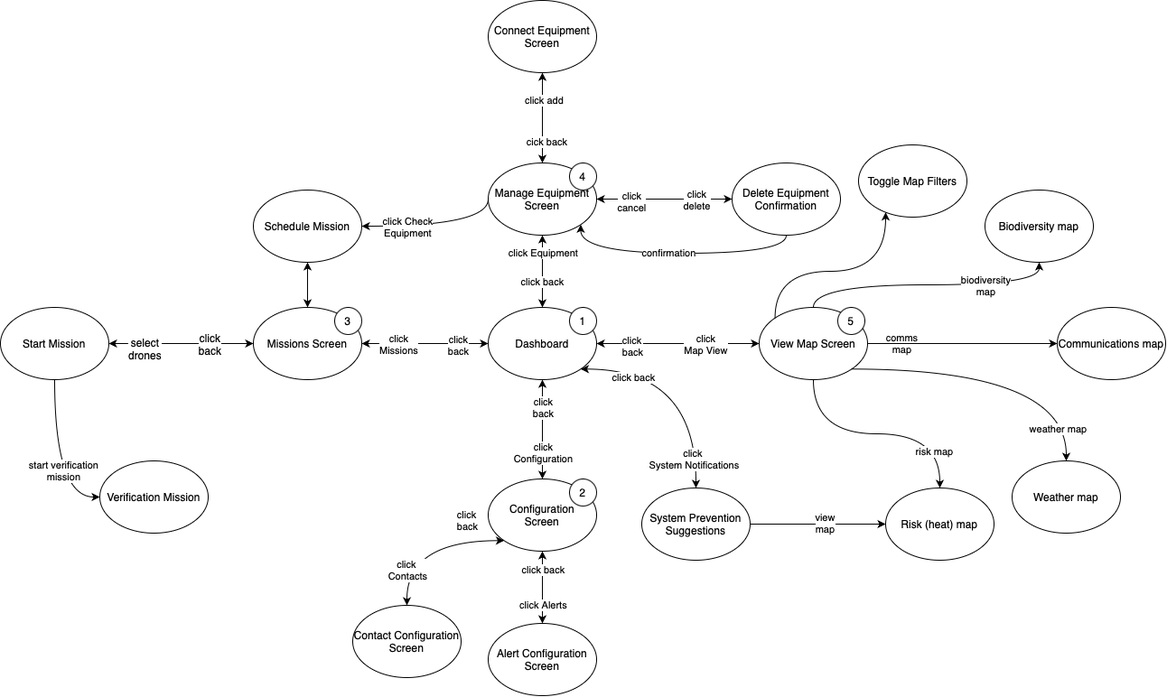
Above: StateDiagrams/Prevention.drawio.png in Fire-Prevention/fire-prevention (draw.io), before the change. Source tidied: cells renumbered, new cells last; positions are measured from the earlier drawing's top-left corner, leaving out a move shared by most shapes.
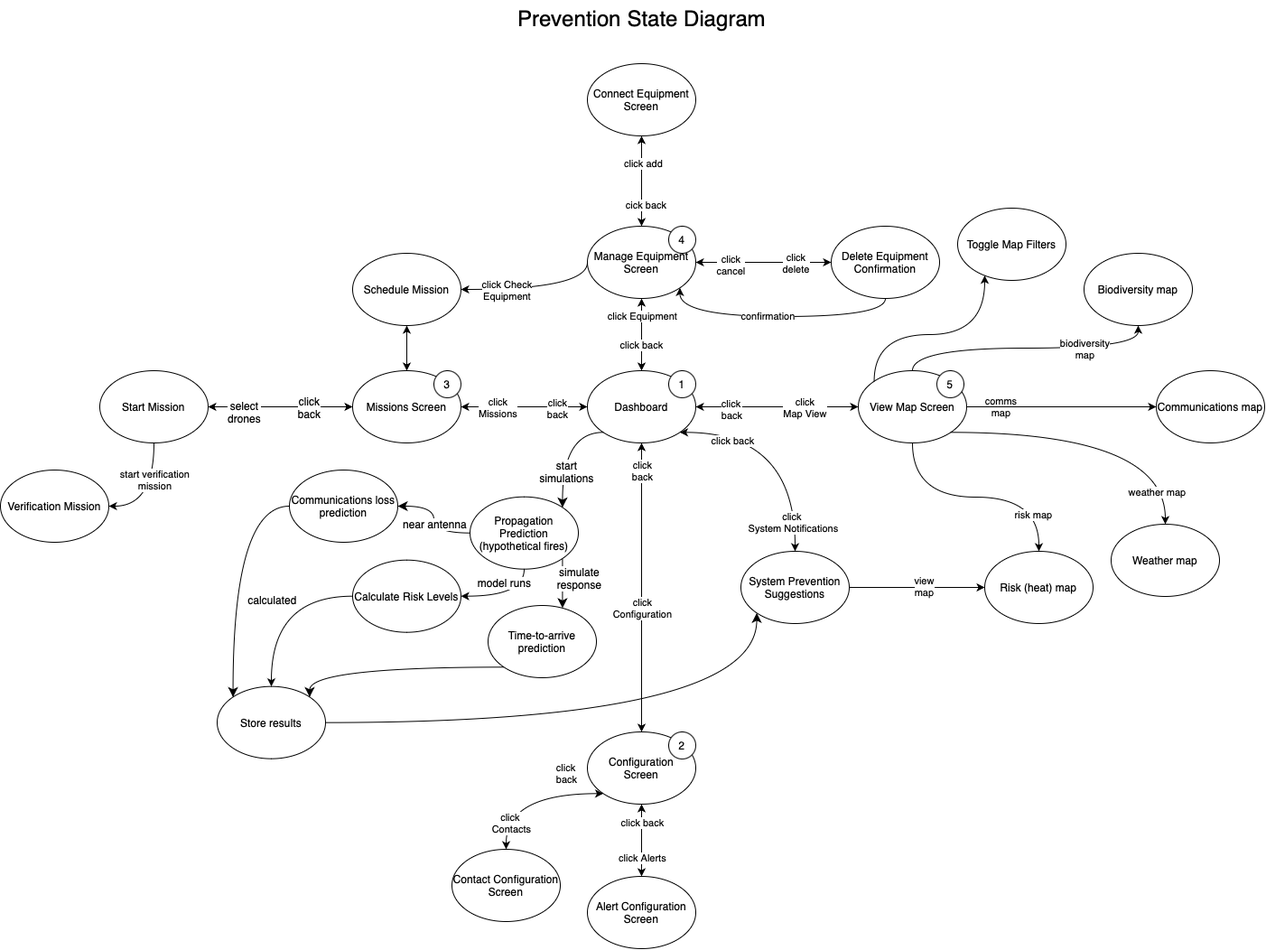
After the change.

The edit, as a diff of the source:
```diff
@@ -23,7 +23,7 @@
       <mxGeometry x="600" y="450" as="geometry" />
     </mxCell>
     <mxCell id="8" style="group;" parent="1" vertex="1">
-      <mxGeometry x="540" y="530" width="120" height="80" as="geometry" />
+      <mxGeometry x="540" y="740" width="120" height="80" as="geometry" />
     </mxCell>
     <mxCell id="9" value="Configuration&lt;br&gt;Screen" style="ellipse;whiteSpace=wrap;html=1;" parent="8" vertex="1">
       <mxGeometry width="120" height="80" as="geometry" />
@@ -31,7 +31,7 @@
     <mxCell id="10" value="2" style="ellipse;whiteSpace=wrap;html=1;" parent="8" vertex="1">
       <mxGeometry x="90" width="30" height="30" as="geometry" />
     </mxCell>
-    <mxCell id="11" style="edgeStyle=orthogonalEdgeStyle;curved=1;rounded=0;jettySize=auto;html=1;exitX=0;exitY=1;exitDx=0;exitDy=0;startArrow=classic;startFill=1;" parent="1" edge="1" source="9" target="13">
+    <mxCell id="11" style="edgeStyle=orthogonalEdgeStyle;curved=1;rounded=0;jettySize=auto;html=1;exitX=0;exitY=1;exitDx=0;exitDy=0;startArrow=classic;startFill=1;" parent="1" edge="1" source="9" target="14">
       <mxGeometry relative="1" as="geometry" />
     </mxCell>
     <mxCell id="12" value="click &lt;br&gt;Contacts" style="edgeLabel;html=1;align=center;verticalAlign=middle;" parent="11" vertex="1">
@@ -40,13 +40,13 @@
       </mxGeometry>
     </mxCell>
     <mxCell id="13" style="group;" parent="1" vertex="1">
-      <mxGeometry x="390" y="670" width="120" height="80" as="geometry" />
+      <mxGeometry x="390" y="870" width="120" height="80" as="geometry" />
     </mxCell>
     <mxCell id="14" value="Contact Configuration Screen" style="ellipse;whiteSpace=wrap;html=1;" parent="13" vertex="1">
       <mxGeometry width="120" height="80" as="geometry" />
     </mxCell>
     <mxCell id="15" value="click &lt;br&gt;back" style="edgeLabel;html=1;align=center;verticalAlign=middle;" parent="1" vertex="1">
-      <mxGeometry x="510" y="580" as="geometry">
+      <mxGeometry x="510" y="790" as="geometry">
         <mxPoint x="6" y="-5" as="offset" />
       </mxGeometry>
     </mxCell>
@@ -59,10 +59,10 @@
       </mxGeometry>
     </mxCell>
     <mxCell id="18" value="Alert Configuration Screen" style="ellipse;whiteSpace=wrap;html=1;" parent="1" vertex="1">
-      <mxGeometry x="540" y="690" width="120" height="80" as="geometry" />
+      <mxGeometry x="540" y="900" width="120" height="80" as="geometry" />
     </mxCell>
     <mxCell id="19" value="click back" style="edgeLabel;html=1;align=center;verticalAlign=middle;" parent="1" vertex="1">
-      <mxGeometry x="600" y="630" as="geometry" />
+      <mxGeometry x="600" y="840" as="geometry" />
     </mxCell>
     <mxCell id="20" style="edgeStyle=orthogonalEdgeStyle;curved=1;rounded=0;jettySize=auto;html=1;exitX=0;exitY=0.5;exitDx=0;exitDy=0;startArrow=classic;startFill=1;" parent="1" edge="1" source="3" target="23">
       <mxGeometry relative="1" as="geometry" />
@@ -291,19 +291,93 @@
       </mxGeometry>
     </mxCell>
     <mxCell id="79" value="Verification Mission" style="ellipse;whiteSpace=wrap;html=1;" parent="1" vertex="1">
-      <mxGeometry x="110" y="510" width="120" height="80" as="geometry" />
+      <mxGeometry x="-110" y="450" width="120" height="80" as="geometry" />
     </mxCell>
-    <mxCell id="80" style="edgeStyle=orthogonalEdgeStyle;curved=1;rounded=0;jettySize=auto;html=1;exitX=0.5;exitY=1;exitDx=0;exitDy=0;startArrow=none;startFill=0;" parent="1" edge="1" source="33" target="79">
+    <mxCell id="80" style="edgeStyle=orthogonalEdgeStyle;curved=1;rounded=0;jettySize=auto;html=1;exitX=0.5;exitY=1;exitDx=0;exitDy=0;startArrow=none;startFill=0;entryX=1;entryY=0.5;entryDx=0;entryDy=0;" parent="1" edge="1" source="33" target="79">
       <mxGeometry relative="1" as="geometry">
         <Array as="points">
-          <mxPoint x="60" y="550" />
+          <mxPoint x="60" y="490" />
         </Array>
       </mxGeometry>
     </mxCell>
     <mxCell id="81" value="start verification&lt;br&gt;mission" style="edgeLabel;html=1;align=center;verticalAlign=middle;" parent="80" vertex="1">
       <mxGeometry x="0.65" y="17" relative="1" as="geometry">
-        <mxPoint x="-9" y="-13" as="offset" />
+        <mxPoint x="29" y="-47" as="offset" />
       </mxGeometry>
     </mxCell>
+    <mxCell id="82" value="&lt;font style=&quot;font-size: 24px;&quot;&gt;Prevention State Diagram&lt;/font&gt;" style="text;html=1;align=center;verticalAlign=middle;strokeColor=none;fillColor=none;fontSize=16;" parent="1" vertex="1">
+      <mxGeometry x="450" y="-70" width="300" height="40" as="geometry" />
+    </mxCell>
+    <mxCell id="83" style="edgeStyle=orthogonalEdgeStyle;curved=1;rounded=0;jettySize=auto;html=1;exitX=0.5;exitY=1;exitDx=0;exitDy=0;fontSize=12;startArrow=none;startFill=0;" parent="1" edge="1" source="89" target="92">
+      <mxGeometry relative="1" as="geometry" />
+    </mxCell>
+    <mxCell id="84" value="model runs" style="edgeLabel;html=1;align=center;verticalAlign=middle;fontSize=12;" parent="83" vertex="1">
+      <mxGeometry x="0.28" y="-4" relative="1" as="geometry">
+        <mxPoint x="11" y="-11" as="offset" />
+      </mxGeometry>
+    </mxCell>
+    <mxCell id="85" style="edgeStyle=orthogonalEdgeStyle;curved=1;rounded=0;jettySize=auto;html=1;exitX=0;exitY=0.5;exitDx=0;exitDy=0;fontSize=12;startSize=8;endSize=8;entryX=1;entryY=0.5;entryDx=0;entryDy=0;" parent="1" edge="1" source="89" target="98">
+      <mxGeometry relative="1" as="geometry" />
+    </mxCell>
+    <mxCell id="86" value="near antenna" style="edgeLabel;html=1;align=center;verticalAlign=middle;fontSize=12;" parent="85" vertex="1">
+      <mxGeometry x="0.09" y="1" relative="1" as="geometry">
+        <mxPoint x="1" y="10" as="offset" />
+      </mxGeometry>
+    </mxCell>
+    <mxCell id="87" style="edgeStyle=orthogonalEdgeStyle;curved=1;rounded=0;jettySize=auto;html=1;exitX=1;exitY=1;exitDx=0;exitDy=0;fontSize=12;startSize=8;endSize=8;" parent="1" edge="1" source="89" target="100">
+      <mxGeometry relative="1" as="geometry">
+        <Array as="points">
+          <mxPoint x="512" y="640" />
+          <mxPoint x="512" y="640" />
+        </Array>
+      </mxGeometry>
+    </mxCell>
+    <mxCell id="88" value="simulate&lt;br&gt;response" style="edgeLabel;html=1;align=center;verticalAlign=middle;fontSize=12;" parent="87" vertex="1">
+      <mxGeometry x="-0.24" y="2" relative="1" as="geometry">
+        <mxPoint x="16" as="offset" />
+      </mxGeometry>
+    </mxCell>
+    <mxCell id="89" value="Propagation Prediction (hypothetical fires)" style="ellipse;whiteSpace=wrap;html=1;fontSize=12;" parent="1" vertex="1">
+      <mxGeometry x="410" y="479.7" width="120" height="80" as="geometry" />
+    </mxCell>
+    <mxCell id="90" style="edgeStyle=orthogonalEdgeStyle;curved=1;rounded=0;jettySize=auto;html=1;exitX=0;exitY=0.5;exitDx=0;exitDy=0;fontSize=12;startArrow=none;startFill=0;entryX=0.5;entryY=0;entryDx=0;entryDy=0;" parent="1" edge="1" source="92" target="94">
+      <mxGeometry relative="1" as="geometry" />
+    </mxCell>
+    <mxCell id="91" value="calculated" style="edgeLabel;html=1;align=center;verticalAlign=middle;fontSize=12;" parent="90" vertex="1">
+      <mxGeometry x="0.19" y="3" relative="1" as="geometry">
+        <mxPoint x="-3" y="-18" as="offset" />
+      </mxGeometry>
+    </mxCell>
+    <mxCell id="92" value="Calculate Risk Levels" style="ellipse;whiteSpace=wrap;html=1;fontSize=12;" parent="1" vertex="1">
+      <mxGeometry x="280" y="549.7" width="120" height="80" as="geometry" />
+    </mxCell>
+    <mxCell id="93" style="edgeStyle=orthogonalEdgeStyle;curved=1;rounded=0;jettySize=auto;html=1;exitX=1;exitY=0.5;exitDx=0;exitDy=0;entryX=0;entryY=1;entryDx=0;entryDy=0;fontSize=12;startSize=8;endSize=8;" parent="1" edge="1" source="94" target="62">
+      <mxGeometry relative="1" as="geometry">
+        <Array as="points">
+          <mxPoint x="728" y="730" />
+        </Array>
+      </mxGeometry>
+    </mxCell>
+    <mxCell id="94" value="Store results" style="ellipse;whiteSpace=wrap;html=1;fontSize=12;" parent="1" vertex="1">
+      <mxGeometry x="130" y="689.7" width="120" height="80" as="geometry" />
+    </mxCell>
+    <mxCell id="95" style="edgeStyle=orthogonalEdgeStyle;curved=1;rounded=0;jettySize=auto;html=1;exitX=0;exitY=1;exitDx=0;exitDy=0;entryX=1;entryY=0;entryDx=0;entryDy=0;fontSize=24;startSize=8;endSize=8;" parent="1" edge="1" source="3" target="89">
+      <mxGeometry relative="1" as="geometry" />
+    </mxCell>
+    <mxCell id="96" value="start&lt;br&gt;simulations" style="edgeLabel;html=1;align=center;verticalAlign=middle;fontSize=12;" parent="95" vertex="1">
+      <mxGeometry x="0.37" y="4" relative="1" as="geometry" />
+    </mxCell>
+    <mxCell id="97" style="edgeStyle=orthogonalEdgeStyle;curved=1;rounded=0;jettySize=auto;html=1;exitX=0;exitY=0.5;exitDx=0;exitDy=0;entryX=0;entryY=0;entryDx=0;entryDy=0;fontSize=12;startSize=8;endSize=8;" parent="1" edge="1" source="98" target="94">
+      <mxGeometry relative="1" as="geometry" />
+    </mxCell>
+    <mxCell id="98" value="Communications loss prediction" style="ellipse;whiteSpace=wrap;html=1;fontSize=12;" parent="1" vertex="1">
+      <mxGeometry x="210" y="450" width="120" height="80" as="geometry" />
+    </mxCell>
+    <mxCell id="99" style="edgeStyle=orthogonalEdgeStyle;curved=1;rounded=0;jettySize=auto;html=1;exitX=0;exitY=1;exitDx=0;exitDy=0;entryX=1;entryY=0;entryDx=0;entryDy=0;fontSize=12;startSize=8;endSize=8;" parent="1" edge="1" source="100" target="94">
+      <mxGeometry relative="1" as="geometry" />
+    </mxCell>
+    <mxCell id="100" value="Time-to-arrive prediction" style="ellipse;whiteSpace=wrap;html=1;fontSize=12;" parent="1" vertex="1">
+      <mxGeometry x="430" y="600" width="120" height="80" as="geometry" />
+    </mxCell>
   </root>
 </mxGraphModel>
```
